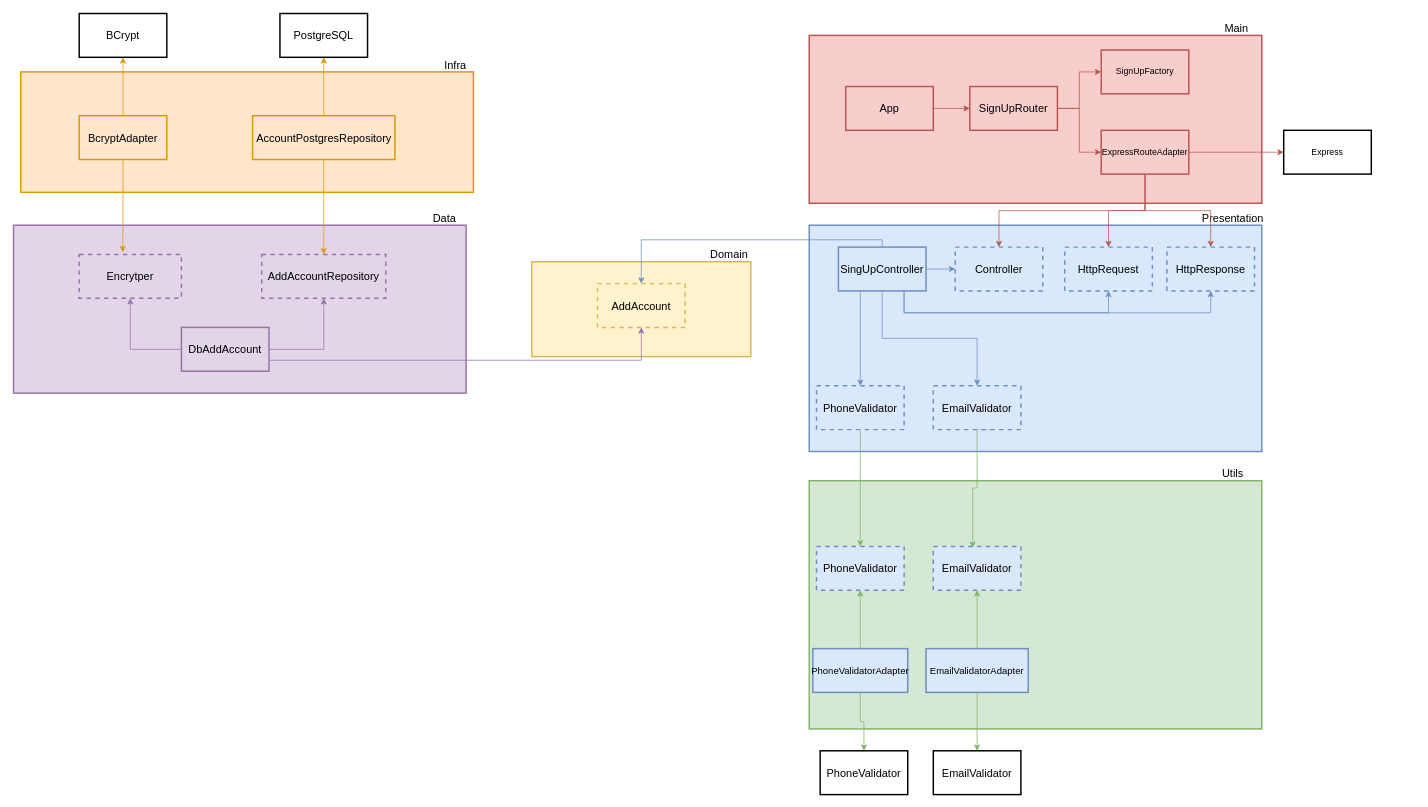
idylicaro/api-signUp-signIn-generic keeps this draw.io diagram as Docs/Diagrams/SignUpDiagram.drawio. Above is the earlier version. Source tidied: cells renumbered, new cells numbered last; positions are measured from the earlier drawing's top-left corner, leaving out a move shared by most shapes. Both pictures are drawn from the tidied source at 73%, with x=0, y=0 at pixel (13, 13).
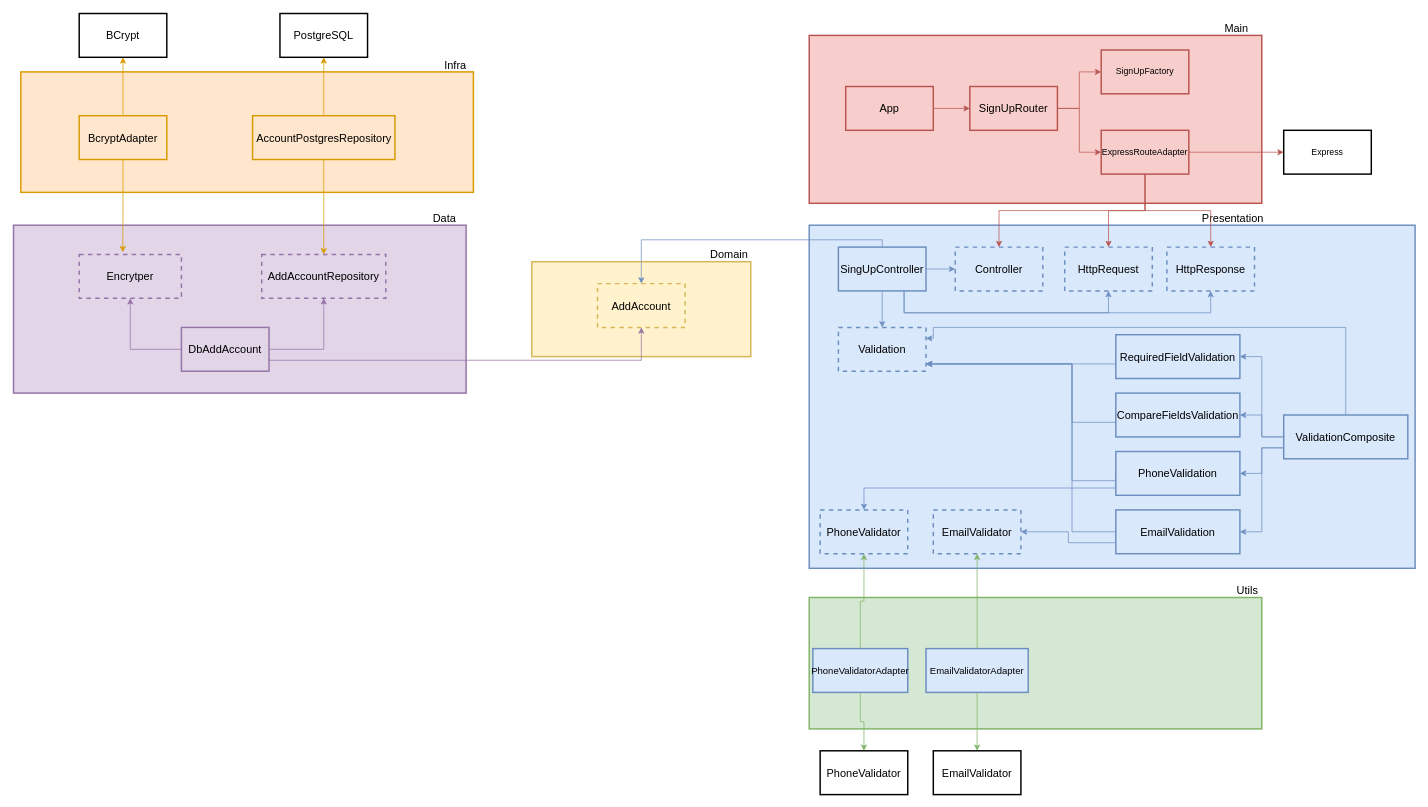
Above is the later version.

Unchanged cells that the change refers to:
```xml
<mxCell id="12" value="&lt;font style=&quot;font-size: 15px&quot;&gt;SingUpController&lt;/font&gt;" style="rounded=0;whiteSpace=wrap;html=1;strokeWidth=2;strokeColor=#6c8ebf;fillColor=#dae8fc;" parent="1" vertex="1">
  <mxGeometry x="1130" y="320" width="120" height="60" as="geometry" />
</mxCell>
<mxCell id="26" value="&lt;font style=&quot;font-size: 13px&quot;&gt;PhoneValidatorAdapter&lt;/font&gt;" style="rounded=0;whiteSpace=wrap;html=1;strokeWidth=2;strokeColor=#6c8ebf;fillColor=#dae8fc;" parent="1" vertex="1">
  <mxGeometry x="1095" y="870" width="130" height="60" as="geometry" />
</mxCell>
<mxCell id="29" value="&lt;font style=&quot;font-size: 13px&quot;&gt;EmailValidatorAdapter&lt;/font&gt;" style="rounded=0;whiteSpace=wrap;html=1;strokeWidth=2;strokeColor=#6c8ebf;fillColor=#dae8fc;" parent="1" vertex="1">
  <mxGeometry x="1250" y="870" width="140" height="60" as="geometry" />
</mxCell>
```

Change to the diagram source:
```diff
@@
     <mxCell id="4" style="rounded=0;whiteSpace=wrap;html=1;strokeWidth=2;fillColor=#dae8fc;strokeColor=#6c8ebf;" parent="1" vertex="1">
-      <mxGeometry x="1090" y="290" width="620" height="310" as="geometry" />
+      <mxGeometry x="1090" y="290" width="830" height="470" as="geometry" />
     </mxCell>
@@
-    <mxCell id="10" style="edgeStyle=orthogonalEdgeStyle;rounded=0;jettySize=auto;html=1;exitX=0.5;exitY=1;exitDx=0;exitDy=0;entryX=0.5;entryY=0;entryDx=0;entryDy=0;fillColor=#dae8fc;strokeColor=#6c8ebf;" parent="1" edge="1" source="12" target="21">
-      <mxGeometry relative="1" as="geometry" />
-    </mxCell>
-    <mxCell id="11" style="edgeStyle=orthogonalEdgeStyle;rounded=0;jettySize=auto;html=1;exitX=0.25;exitY=1;exitDx=0;exitDy=0;entryX=0.5;entryY=0;entryDx=0;entryDy=0;fillColor=#dae8fc;strokeColor=#6c8ebf;" parent="1" edge="1" source="12" target="64">
-      <mxGeometry relative="1" as="geometry" />
-    </mxCell>
+    <mxCell id="65" style="edgeStyle=orthogonalEdgeStyle;rounded=0;jettySize=auto;html=1;exitX=0.5;exitY=1;exitDx=0;exitDy=0;fillColor=#dae8fc;strokeColor=#6c8ebf;" parent="1" edge="1" source="12" target="66">
+      <mxGeometry relative="1" as="geometry" />
+    </mxCell>
@@
     <mxCell id="17" style="rounded=0;whiteSpace=wrap;html=1;strokeWidth=2;fillColor=#d5e8d4;strokeColor=#82b366;" parent="1" vertex="1">
-      <mxGeometry x="1090" y="640" width="620" height="340" as="geometry" />
+      <mxGeometry x="1090" y="800" width="620" height="180" as="geometry" />
     </mxCell>
     <mxCell id="18" value="&lt;font style=&quot;font-size: 15px&quot;&gt;Utils&lt;/font&gt;" style="text;html=1;align=center;verticalAlign=middle;fillColor=none;strokeColor=none;rounded=0;dashed=1;" parent="1" vertex="1">
-      <mxGeometry x="1650" y="620" width="40" height="20" as="geometry" />
+      <mxGeometry x="1670" y="780" width="40" height="20" as="geometry" />
     </mxCell>
-    <mxCell id="19" style="edgeStyle=orthogonalEdgeStyle;rounded=0;jettySize=auto;html=1;exitX=0.5;exitY=1;exitDx=0;exitDy=0;entryX=0.5;entryY=0;entryDx=0;entryDy=0;fillColor=#d5e8d4;strokeColor=#82b366;" parent="1" edge="1" source="64" target="23">
-      <mxGeometry relative="1" as="geometry" />
-    </mxCell>
-    <mxCell id="20" style="edgeStyle=orthogonalEdgeStyle;rounded=0;jettySize=auto;html=1;exitX=0.667;exitY=1;exitDx=0;exitDy=0;entryX=0.45;entryY=0.033;entryDx=0;entryDy=0;entryPerimeter=0;fillColor=#d5e8d4;strokeColor=#82b366;exitPerimeter=0;" parent="1" edge="1" source="21" target="22">
-      <mxGeometry relative="1" as="geometry">
-        <Array as="points">
-          <mxPoint x="1320" y="570" />
-          <mxPoint x="1320" y="650" />
-          <mxPoint x="1314" y="650" />
-        </Array>
-      </mxGeometry>
-    </mxCell>
     <mxCell id="21" value="&lt;font style=&quot;font-size: 15px&quot;&gt;EmailValidator&lt;/font&gt;" style="rounded=0;whiteSpace=wrap;html=1;strokeWidth=2;fillColor=#dae8fc;dashed=1;strokeColor=#6c8ebf;" parent="1" vertex="1">
-      <mxGeometry x="1260" y="510" width="120" height="60" as="geometry" />
+      <mxGeometry x="1260" y="680" width="120" height="60" as="geometry" />
     </mxCell>
-    <mxCell id="22" value="&lt;font style=&quot;font-size: 15px&quot;&gt;EmailValidator&lt;/font&gt;" style="rounded=0;whiteSpace=wrap;html=1;strokeWidth=2;fillColor=#dae8fc;dashed=1;strokeColor=#6c8ebf;" parent="1" vertex="1">
-      <mxGeometry x="1260" y="730" width="120" height="60" as="geometry" />
-    </mxCell>
-    <mxCell id="23" value="&lt;font style=&quot;font-size: 15px&quot;&gt;PhoneValidator&lt;/font&gt;" style="rounded=0;whiteSpace=wrap;html=1;strokeWidth=2;fillColor=#dae8fc;dashed=1;strokeColor=#6c8ebf;" parent="1" vertex="1">
-      <mxGeometry x="1100" y="730" width="120" height="60" as="geometry" />
-    </mxCell>
-    <mxCell id="24" style="edgeStyle=orthogonalEdgeStyle;rounded=0;jettySize=auto;html=1;exitX=0.5;exitY=0;exitDx=0;exitDy=0;entryX=0.5;entryY=1;entryDx=0;entryDy=0;fillColor=#d5e8d4;strokeColor=#82b366;" parent="1" edge="1" source="26" target="23">
+    <mxCell id="24" style="edgeStyle=orthogonalEdgeStyle;rounded=0;jettySize=auto;html=1;exitX=0.5;exitY=0;exitDx=0;exitDy=0;fillColor=#d5e8d4;strokeColor=#82b366;" parent="1" edge="1" source="26" target="64">
       <mxGeometry relative="1" as="geometry" />
     </mxCell>
@@
-    <mxCell id="27" style="edgeStyle=orthogonalEdgeStyle;rounded=0;jettySize=auto;html=1;exitX=0.5;exitY=0;exitDx=0;exitDy=0;entryX=0.5;entryY=1;entryDx=0;entryDy=0;fillColor=#d5e8d4;strokeColor=#82b366;" parent="1" edge="1" source="29" target="22">
+    <mxCell id="27" style="edgeStyle=orthogonalEdgeStyle;rounded=0;jettySize=auto;html=1;exitX=0.5;exitY=0;exitDx=0;exitDy=0;fillColor=#d5e8d4;strokeColor=#82b366;" parent="1" edge="1" source="29" target="21">
       <mxGeometry relative="1" as="geometry" />
     </mxCell>
@@
     <mxCell id="64" value="&lt;font style=&quot;font-size: 15px&quot;&gt;PhoneValidator&lt;br&gt;&lt;/font&gt;" style="rounded=0;whiteSpace=wrap;html=1;strokeWidth=2;fillColor=#dae8fc;dashed=1;strokeColor=#6c8ebf;" parent="1" vertex="1">
-      <mxGeometry x="1100" y="510" width="120" height="60" as="geometry" />
+      <mxGeometry x="1105" y="680" width="120" height="60" as="geometry" />
     </mxCell>
+    <mxCell id="66" value="&lt;font style=&quot;font-size: 15px&quot;&gt;Validation&lt;br&gt;&lt;/font&gt;" style="rounded=0;whiteSpace=wrap;html=1;strokeWidth=2;fillColor=#dae8fc;dashed=1;strokeColor=#6c8ebf;" parent="1" vertex="1">
+      <mxGeometry x="1130" y="430" width="120" height="60" as="geometry" />
+    </mxCell>
+    <mxCell id="67" style="edgeStyle=orthogonalEdgeStyle;rounded=0;jettySize=auto;html=1;exitX=0;exitY=0.5;exitDx=0;exitDy=0;fillColor=#dae8fc;strokeColor=#6c8ebf;" parent="1" edge="1" source="68">
+      <mxGeometry relative="1" as="geometry">
+        <mxPoint x="1250" y="480" as="targetPoint" />
+        <Array as="points">
+          <mxPoint x="1510" y="480" />
+        </Array>
+      </mxGeometry>
+    </mxCell>
+    <mxCell id="68" value="&lt;font style=&quot;font-size: 15px&quot;&gt;RequiredFieldValidation&lt;br&gt;&lt;/font&gt;" style="rounded=0;whiteSpace=wrap;html=1;strokeWidth=2;fillColor=#dae8fc;strokeColor=#6c8ebf;" parent="1" vertex="1">
+      <mxGeometry x="1510" y="440" width="170" height="60" as="geometry" />
+    </mxCell>
+    <mxCell id="69" style="edgeStyle=orthogonalEdgeStyle;rounded=0;jettySize=auto;html=1;exitX=0;exitY=0.5;exitDx=0;exitDy=0;fillColor=#dae8fc;strokeColor=#6c8ebf;" parent="1" edge="1" source="70">
+      <mxGeometry relative="1" as="geometry">
+        <mxPoint x="1250" y="480" as="targetPoint" />
+        <Array as="points">
+          <mxPoint x="1450" y="560" />
+          <mxPoint x="1450" y="480" />
+        </Array>
+      </mxGeometry>
+    </mxCell>
+    <mxCell id="70" value="&lt;font style=&quot;font-size: 15px&quot;&gt;CompareFieldsValidation&lt;br&gt;&lt;/font&gt;" style="rounded=0;whiteSpace=wrap;html=1;strokeWidth=2;fillColor=#dae8fc;strokeColor=#6c8ebf;" parent="1" vertex="1">
+      <mxGeometry x="1510" y="520" width="170" height="60" as="geometry" />
+    </mxCell>
+    <mxCell id="71" style="edgeStyle=orthogonalEdgeStyle;rounded=0;jettySize=auto;html=1;exitX=0;exitY=0.5;exitDx=0;exitDy=0;fillColor=#dae8fc;strokeColor=#6c8ebf;" parent="1" edge="1" source="73">
+      <mxGeometry relative="1" as="geometry">
+        <mxPoint x="1250" y="480" as="targetPoint" />
+        <Array as="points">
+          <mxPoint x="1450" y="640" />
+          <mxPoint x="1450" y="480" />
+        </Array>
+      </mxGeometry>
+    </mxCell>
+    <mxCell id="72" style="edgeStyle=orthogonalEdgeStyle;rounded=0;jettySize=auto;html=1;exitX=0;exitY=0.75;exitDx=0;exitDy=0;entryX=0.5;entryY=0;entryDx=0;entryDy=0;fillColor=#dae8fc;strokeColor=#6c8ebf;" parent="1" edge="1" source="73" target="64">
+      <mxGeometry relative="1" as="geometry">
+        <Array as="points">
+          <mxPoint x="1510" y="650" />
+          <mxPoint x="1165" y="650" />
+        </Array>
+      </mxGeometry>
+    </mxCell>
+    <mxCell id="73" value="&lt;font style=&quot;font-size: 15px&quot;&gt;PhoneValidation&lt;br&gt;&lt;/font&gt;" style="rounded=0;whiteSpace=wrap;html=1;strokeWidth=2;fillColor=#dae8fc;strokeColor=#6c8ebf;" parent="1" vertex="1">
+      <mxGeometry x="1510" y="600" width="170" height="60" as="geometry" />
+    </mxCell>
+    <mxCell id="74" style="edgeStyle=orthogonalEdgeStyle;rounded=0;jettySize=auto;html=1;exitX=0;exitY=0.75;exitDx=0;exitDy=0;fillColor=#dae8fc;strokeColor=#6c8ebf;" parent="1" edge="1" source="76" target="21">
+      <mxGeometry relative="1" as="geometry" />
+    </mxCell>
+    <mxCell id="75" style="edgeStyle=orthogonalEdgeStyle;rounded=0;jettySize=auto;html=1;exitX=0;exitY=0.5;exitDx=0;exitDy=0;fillColor=#dae8fc;strokeColor=#6c8ebf;" parent="1" edge="1" source="76" target="66">
+      <mxGeometry relative="1" as="geometry">
+        <Array as="points">
+          <mxPoint x="1450" y="710" />
+          <mxPoint x="1450" y="480" />
+        </Array>
+      </mxGeometry>
+    </mxCell>
+    <mxCell id="76" value="&lt;font style=&quot;font-size: 15px&quot;&gt;EmailValidation&lt;br&gt;&lt;/font&gt;" style="rounded=0;whiteSpace=wrap;html=1;strokeWidth=2;fillColor=#dae8fc;strokeColor=#6c8ebf;" parent="1" vertex="1">
+      <mxGeometry x="1510" y="680" width="170" height="60" as="geometry" />
+    </mxCell>
+    <mxCell id="77" style="edgeStyle=orthogonalEdgeStyle;rounded=0;jettySize=auto;html=1;exitX=0.5;exitY=0;exitDx=0;exitDy=0;entryX=1;entryY=0.25;entryDx=0;entryDy=0;fillColor=#dae8fc;strokeColor=#6c8ebf;" parent="1" edge="1" source="82" target="66">
+      <mxGeometry relative="1" as="geometry">
+        <Array as="points">
+          <mxPoint x="1825" y="430" />
+          <mxPoint x="1260" y="430" />
+          <mxPoint x="1260" y="445" />
+        </Array>
+      </mxGeometry>
+    </mxCell>
+    <mxCell id="78" style="edgeStyle=orthogonalEdgeStyle;rounded=0;jettySize=auto;html=1;exitX=0;exitY=0.5;exitDx=0;exitDy=0;fillColor=#dae8fc;strokeColor=#6c8ebf;" parent="1" edge="1" source="82" target="70">
+      <mxGeometry relative="1" as="geometry" />
+    </mxCell>
+    <mxCell id="79" style="edgeStyle=orthogonalEdgeStyle;rounded=0;jettySize=auto;html=1;exitX=0;exitY=0.75;exitDx=0;exitDy=0;fillColor=#dae8fc;strokeColor=#6c8ebf;" parent="1" edge="1" source="82" target="73">
+      <mxGeometry relative="1" as="geometry" />
+    </mxCell>
+    <mxCell id="80" style="edgeStyle=orthogonalEdgeStyle;rounded=0;jettySize=auto;html=1;exitX=0;exitY=0.75;exitDx=0;exitDy=0;entryX=1;entryY=0.5;entryDx=0;entryDy=0;fillColor=#dae8fc;strokeColor=#6c8ebf;" parent="1" edge="1" source="82" target="76">
+      <mxGeometry relative="1" as="geometry" />
+    </mxCell>
+    <mxCell id="81" style="edgeStyle=orthogonalEdgeStyle;rounded=0;jettySize=auto;html=1;exitX=0;exitY=0.5;exitDx=0;exitDy=0;entryX=1;entryY=0.5;entryDx=0;entryDy=0;fillColor=#dae8fc;strokeColor=#6c8ebf;" parent="1" edge="1" source="82" target="68">
+      <mxGeometry relative="1" as="geometry" />
+    </mxCell>
+    <mxCell id="82" value="&lt;font style=&quot;font-size: 15px&quot;&gt;ValidationComposite&lt;br&gt;&lt;/font&gt;" style="rounded=0;whiteSpace=wrap;html=1;strokeWidth=2;fillColor=#dae8fc;strokeColor=#6c8ebf;" parent="1" vertex="1">
+      <mxGeometry x="1740" y="550" width="170" height="60" as="geometry" />
+    </mxCell>
```
